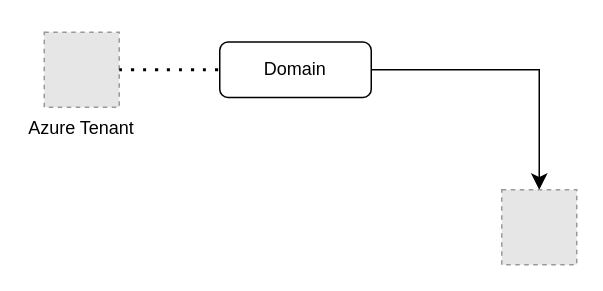
Above: Arquitectura Azure.drawio in jcdiazz/Diagramas (draw.io), before the change. Source tidied: cells renumbered, new cells numbered last; positions are measured from the earlier drawing's top-left corner, leaving out a move shared by most shapes. Both pictures are drawn from the tidied source at 150%, with x=0, y=0 at pixel (44, 32). Pictures stored in the file or linked from it are replaced by grey dashed boxes.
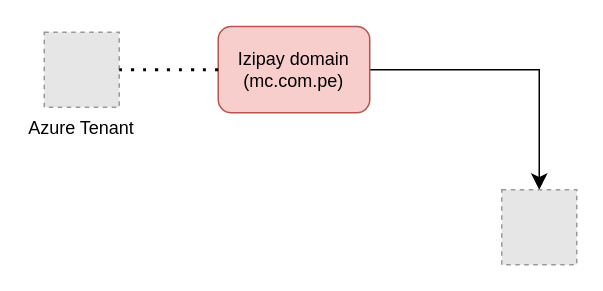
The same diagram, later.

What changed in the source:
```diff
@@
 <mxGraphModel>
   <root>
     <mxCell id="0" />
     <mxCell id="1" parent="0" />
     <mxCell id="2" value="Azure Tenant" style="fillColor=#E6E6E6;strokeColor=#999999;dashed=1;verticalLabelPosition=bottom;labelBackgroundColor=default;verticalAlign=top;" parent="1" vertex="1">
       <mxGeometry width="50" height="50" as="geometry" />
     </mxCell>
     <mxCell id="3" style="edgeStyle=orthogonalEdgeStyle;rounded=0;jettySize=auto;html=1;entryX=0.5;entryY=0;entryDx=0;entryDy=0;fontSize=12;startSize=8;endSize=8;" parent="1" edge="1" source="4" target="6">
       <mxGeometry relative="1" as="geometry" />
     </mxCell>
-    <mxCell id="4" value="Domain" style="rounded=1;whiteSpace=wrap;html=1;" parent="1" vertex="1">
-      <mxGeometry x="117" y="6.5" width="101" height="37" as="geometry" />
+    <mxCell id="4" value="Izipay domain&lt;div&gt;(mc.com.pe)&lt;/div&gt;" style="rounded=1;whiteSpace=wrap;html=1;fillColor=#f8cecc;strokeColor=#b85450;" parent="1" vertex="1">
+      <mxGeometry x="116" y="-3.8" width="101" height="57.5" as="geometry" />
     </mxCell>
     <mxCell id="5" style="endArrow=none;dashed=1;html=1;dashPattern=1 3;strokeWidth=2;rounded=0;fontSize=12;startSize=8;endSize=8;curved=1;exitX=1;exitY=0.5;exitDx=0;exitDy=0;entryX=0;entryY=0.5;entryDx=0;entryDy=0;" parent="1" edge="1" source="2" target="4">
       <mxGeometry relative="1" as="geometry" />
     </mxCell>
     <mxCell id="6" style="fillColor=#E6E6E6;strokeColor=#999999;dashed=1;verticalLabelPosition=bottom;labelBackgroundColor=default;verticalAlign=top;rotation=0;" parent="1" vertex="1">
       <mxGeometry x="305" y="105" width="50" height="50" as="geometry" />
     </mxCell>
   </root>
 </mxGraphModel>
```
